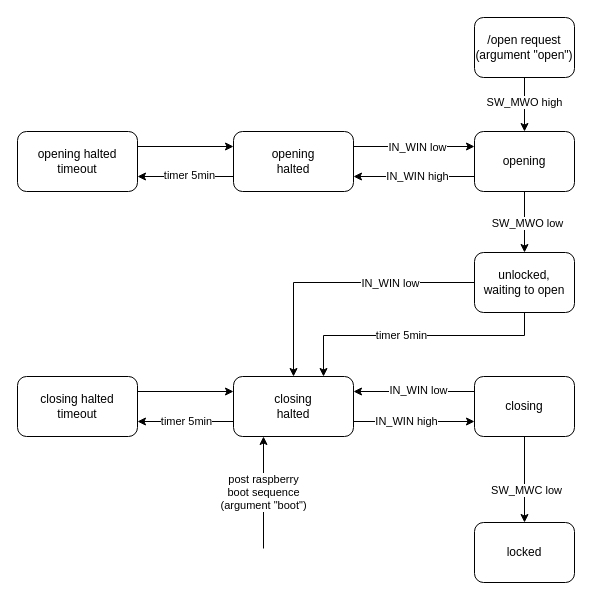
Above: Elektronik/Raspberry-Motorsteuerung/Software/software_flow_diagram.drawio in fablabcb/fablock (draw.io), before the change. Source tidied: cells renumbered, new cells numbered last; positions are measured from the earlier drawing's top-left corner, leaving out a move shared by most shapes. Both pictures are drawn from the tidied source at 100%, with x=0, y=0 at pixel (17, 17).
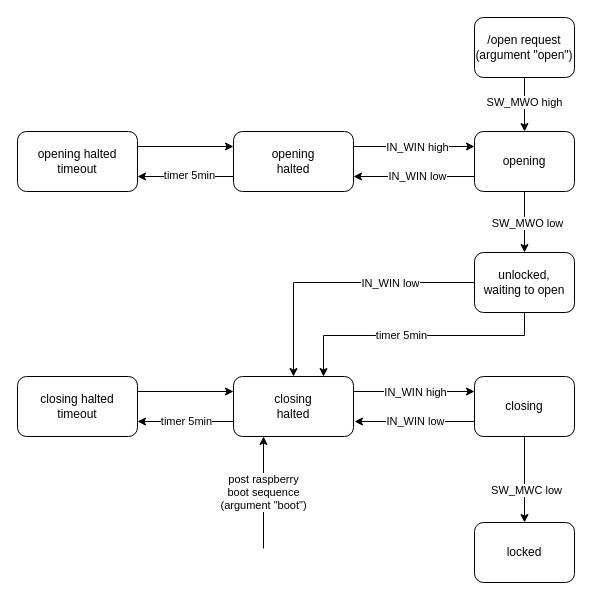
The same page after the edit.

Commit message:
flow diagram corrected

The change refers to these unchanged cells:
```xml
<mxCell id="9" value="&lt;div&gt;closing&lt;/div&gt;" style="whiteSpace=wrap;html=1;rounded=1;" parent="1" vertex="1">
  <mxGeometry x="457" y="359" width="100" height="60" as="geometry" />
</mxCell>
<mxCell id="12" style="edgeStyle=orthogonalEdgeStyle;rounded=0;jettySize=auto;html=1;exitX=0;exitY=0.75;exitDx=0;exitDy=0;entryX=1;entryY=0.75;entryDx=0;entryDy=0;" parent="1" edge="1" source="14" target="24">
  <mxGeometry relative="1" as="geometry">
    <Array as="points">
      <mxPoint x="406" y="159" />
      <mxPoint x="406" y="159" />
    </Array>
  </mxGeometry>
</mxCell>
<mxCell id="20" style="edgeStyle=orthogonalEdgeStyle;rounded=0;jettySize=auto;html=1;exitX=1;exitY=0.25;exitDx=0;exitDy=0;entryX=0;entryY=0.25;entryDx=0;entryDy=0;" parent="1" edge="1" source="24" target="14">
  <mxGeometry relative="1" as="geometry" />
</mxCell>
<mxCell id="29" value="&lt;div&gt;closing&lt;/div&gt;&lt;div&gt;halted&lt;br&gt;&lt;/div&gt;" style="rounded=1;whiteSpace=wrap;html=1;" parent="1" vertex="1">
  <mxGeometry x="216" y="359" width="120" height="60" as="geometry" />
</mxCell>
```

Change to the diagram source:
```diff
@@
-    <mxCell id="7" style="edgeStyle=orthogonalEdgeStyle;rounded=0;jettySize=auto;html=1;exitX=0;exitY=0.25;exitDx=0;exitDy=0;entryX=1;entryY=0.25;entryDx=0;entryDy=0;" parent="1" edge="1" source="9" target="29">
-      <mxGeometry relative="1" as="geometry" />
+    <mxCell id="7" style="edgeStyle=orthogonalEdgeStyle;rounded=0;jettySize=auto;html=1;exitX=0;exitY=0.75;exitDx=0;exitDy=0;" parent="1" edge="1" source="9">
+      <mxGeometry relative="1" as="geometry">
+        <mxPoint x="337" y="404" as="targetPoint" />
+      </mxGeometry>
     </mxCell>
     <mxCell id="8" value="IN_WIN low" style="edgeLabel;html=1;align=center;verticalAlign=middle;" parent="7" vertex="1">
       <mxGeometry x="-0.33" y="-2" relative="1" as="geometry">
-        <mxPoint x="-16" as="offset" />
+        <mxPoint x="-20" y="1" as="offset" />
       </mxGeometry>
     </mxCell>
@@
-    <mxCell id="13" value="IN_WIN high" style="edgeLabel;html=1;align=center;verticalAlign=middle;" parent="12" vertex="1">
+    <mxCell id="13" value="IN_WIN low" style="edgeLabel;html=1;align=center;verticalAlign=middle;" parent="12" vertex="1">
       <mxGeometry x="-0.41" y="-1" relative="1" as="geometry">
         <mxPoint x="-22" as="offset" />
       </mxGeometry>
     </mxCell>
@@
-    <mxCell id="21" value="IN_WIN low" style="edgeLabel;html=1;align=center;verticalAlign=middle;" parent="20" vertex="1">
+    <mxCell id="21" value="IN_WIN high" style="edgeLabel;html=1;align=center;verticalAlign=middle;" parent="20" vertex="1">
       <mxGeometry x="-0.44" relative="1" as="geometry">
         <mxPoint x="29" as="offset" />
       </mxGeometry>
     </mxCell>
@@
-    <mxCell id="25" style="edgeStyle=orthogonalEdgeStyle;rounded=0;jettySize=auto;html=1;exitX=1;exitY=0.75;exitDx=0;exitDy=0;entryX=0;entryY=0.75;entryDx=0;entryDy=0;" parent="1" edge="1" source="29" target="9">
+    <mxCell id="25" style="edgeStyle=orthogonalEdgeStyle;rounded=0;jettySize=auto;html=1;exitX=1;exitY=0.25;exitDx=0;exitDy=0;entryX=0;entryY=0.25;entryDx=0;entryDy=0;" parent="1" edge="1" source="29" target="9">
       <mxGeometry relative="1" as="geometry" />
     </mxCell>
     <mxCell id="26" value="IN_WIN high" style="edgeLabel;html=1;align=center;verticalAlign=middle;" parent="25" vertex="1">
       <mxGeometry x="-0.66" y="2" relative="1" as="geometry">
-        <mxPoint x="31" y="1" as="offset" />
+        <mxPoint x="40" y="2" as="offset" />
       </mxGeometry>
     </mxCell>
```
